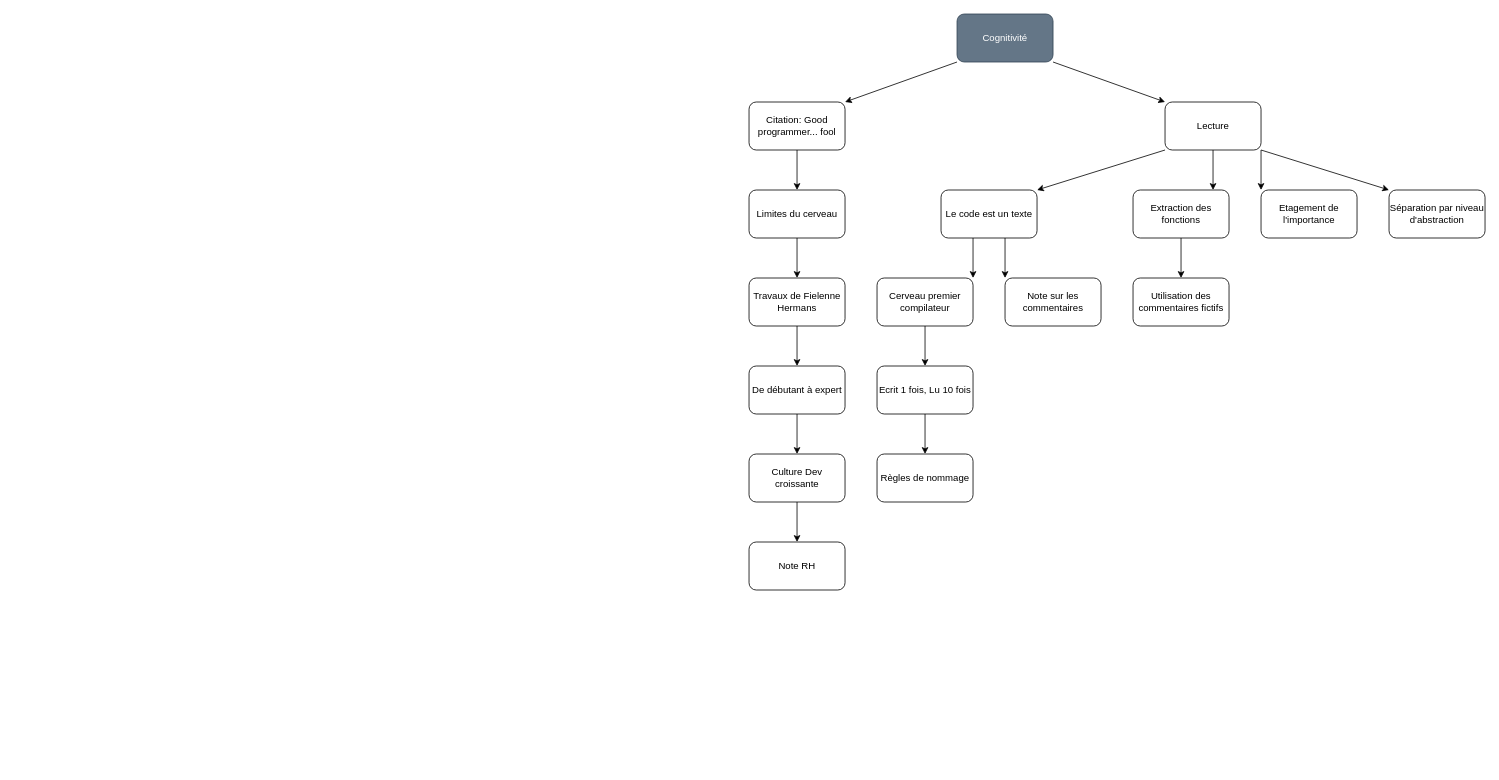
This is page "Cognitivé" (2 of 7) of drawio/tracks.drawio from Envol2023/refactoring, a draw.io file, before an edit. Source tidied: cells renumbered, new cells numbered last; positions are measured from the earlier drawing's top-left corner, leaving out a move shared by most shapes. Both pictures are drawn from the tidied source at 80%, with x=0, y=0 at pixel (749, 14).
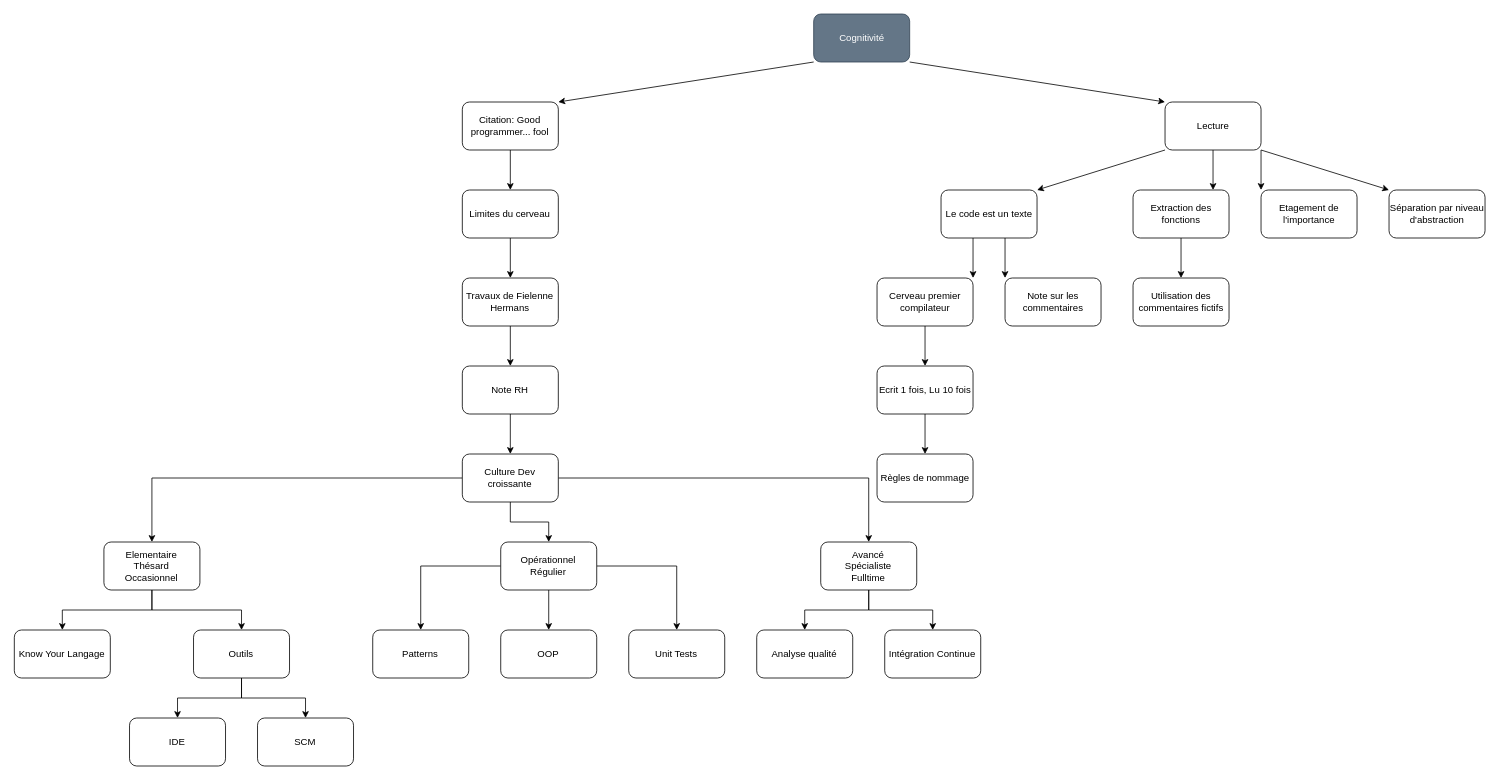
Above is the later version.

The edit, as a diff of the source:
```diff
@@
     <mxCell id="10" value="Citation: Good programmer... fool" style="whiteSpace=wrap;html=1;rounded=1;" parent="1" vertex="1">
-      <mxGeometry x="-0.2" y="110" width="120" height="60" as="geometry" />
+      <mxGeometry x="-358.6" y="110" width="120" height="60" as="geometry" />
     </mxCell>
@@
     <mxCell id="18" value="Cognitivité" style="whiteSpace=wrap;html=1;rounded=1;fillColor=#647687;fontColor=#ffffff;strokeColor=#314354;" parent="1" vertex="1">
-      <mxGeometry x="259.8" width="120" height="60" as="geometry" />
+      <mxGeometry x="80.6" width="120" height="60" as="geometry" />
     </mxCell>
@@
     <mxCell id="20" value="Limites du cerveau" style="whiteSpace=wrap;html=1;rounded=1;" parent="1" vertex="1">
-      <mxGeometry x="-0.2" y="220" width="120" height="60" as="geometry" />
+      <mxGeometry x="-358.6" y="220" width="120" height="60" as="geometry" />
     </mxCell>
@@
-    <mxCell id="28" style="edgeStyle=orthogonalEdgeStyle;rounded=0;jettySize=auto;html=1;" parent="1" edge="1" source="29" target="31">
+    <mxCell id="28" style="edgeStyle=orthogonalEdgeStyle;rounded=0;jettySize=auto;html=1;exitX=0.5;exitY=1;exitDx=0;exitDy=0;" parent="1" edge="1" source="34" target="31">
       <mxGeometry relative="1" as="geometry" />
     </mxCell>
     <mxCell id="29" value="Travaux de Fielenne Hermans" style="whiteSpace=wrap;html=1;rounded=1;" parent="1" vertex="1">
-      <mxGeometry x="-0.2" y="330" width="120" height="60" as="geometry" />
+      <mxGeometry x="-358.6" y="330" width="120" height="60" as="geometry" />
     </mxCell>
@@
+    <mxCell id="35" style="edgeStyle=orthogonalEdgeStyle;rounded=0;jettySize=auto;html=1;" parent="1" edge="1" source="31" target="48">
+      <mxGeometry relative="1" as="geometry" />
+    </mxCell>
+    <mxCell id="36" style="edgeStyle=orthogonalEdgeStyle;rounded=0;jettySize=auto;html=1;" parent="1" edge="1" source="31" target="51">
+      <mxGeometry relative="1" as="geometry" />
+    </mxCell>
-    <mxCell id="31" value="De débutant à expert" style="whiteSpace=wrap;html=1;rounded=1;" parent="1" vertex="1">
-      <mxGeometry x="-0.2" y="440" width="120" height="60" as="geometry" />
+    <mxCell id="31" value="Culture Dev croissante" style="whiteSpace=wrap;html=1;rounded=1;" parent="1" vertex="1">
+      <mxGeometry x="-358.6" y="550" width="120" height="60" as="geometry" />
     </mxCell>
-    <mxCell id="32" style="edgeStyle=orthogonalEdgeStyle;rounded=0;jettySize=auto;html=1;" parent="1" edge="1" source="33" target="34">
+    <mxCell id="32" style="edgeStyle=orthogonalEdgeStyle;rounded=0;jettySize=auto;html=1;" parent="1" edge="1" source="29" target="34">
       <mxGeometry relative="1" as="geometry" />
     </mxCell>
+    <mxCell id="37" style="edgeStyle=orthogonalEdgeStyle;rounded=0;jettySize=auto;html=1;" parent="1" edge="1" source="33" target="41">
+      <mxGeometry relative="1" as="geometry" />
+    </mxCell>
+    <mxCell id="38" style="edgeStyle=orthogonalEdgeStyle;rounded=0;jettySize=auto;html=1;" parent="1" edge="1" source="48" target="42">
+      <mxGeometry relative="1" as="geometry" />
+    </mxCell>
+    <mxCell id="39" style="edgeStyle=orthogonalEdgeStyle;rounded=0;jettySize=auto;html=1;" parent="1" edge="1" source="33" target="45">
+      <mxGeometry relative="1" as="geometry" />
+    </mxCell>
-    <mxCell id="33" value="Culture Dev croissante" style="whiteSpace=wrap;html=1;rounded=1;" parent="1" vertex="1">
-      <mxGeometry x="-0.2" y="550" width="120" height="60" as="geometry" />
+    <mxCell id="33" value="Elementaire&lt;br&gt;Thésard&lt;br&gt;Occasionnel" style="whiteSpace=wrap;html=1;rounded=1;" parent="1" vertex="1">
+      <mxGeometry x="-806.6" y="660" width="120" height="60" as="geometry" />
     </mxCell>
     <mxCell id="34" value="Note RH" style="whiteSpace=wrap;html=1;rounded=1;" parent="1" vertex="1">
-      <mxGeometry x="-0.2" y="660" width="120" height="60" as="geometry" />
+      <mxGeometry x="-358.6" y="440" width="120" height="60" as="geometry" />
     </mxCell>
+    <mxCell id="40" style="edgeStyle=orthogonalEdgeStyle;rounded=0;jettySize=auto;html=1;" parent="1" edge="1" source="48" target="46">
+      <mxGeometry relative="1" as="geometry" />
+    </mxCell>
+    <mxCell id="41" value="Know Your Langage" style="whiteSpace=wrap;html=1;rounded=1;" parent="1" vertex="1">
+      <mxGeometry x="-918.6" y="770" width="120" height="60" as="geometry" />
+    </mxCell>
+    <mxCell id="42" value="Patterns" style="rounded=1;whiteSpace=wrap;html=1;" parent="1" vertex="1">
+      <mxGeometry x="-470.6" y="770" width="120" height="60" as="geometry" />
+    </mxCell>
+    <mxCell id="43" style="edgeStyle=orthogonalEdgeStyle;rounded=0;jettySize=auto;html=1;" parent="1" edge="1" source="45" target="54">
+      <mxGeometry relative="1" as="geometry" />
+    </mxCell>
+    <mxCell id="44" style="edgeStyle=orthogonalEdgeStyle;rounded=0;jettySize=auto;html=1;" parent="1" edge="1" source="45" target="55">
+      <mxGeometry relative="1" as="geometry" />
+    </mxCell>
+    <mxCell id="45" value="Outils" style="rounded=1;whiteSpace=wrap;html=1;" parent="1" vertex="1">
+      <mxGeometry x="-694.6" y="770" width="120" height="60" as="geometry" />
+    </mxCell>
+    <mxCell id="46" value="OOP" style="whiteSpace=wrap;html=1;rounded=1;" parent="1" vertex="1">
+      <mxGeometry x="-310.6" y="770" width="120" height="60" as="geometry" />
+    </mxCell>
+    <mxCell id="47" style="edgeStyle=orthogonalEdgeStyle;rounded=0;jettySize=auto;html=1;" parent="1" edge="1" source="48" target="56">
+      <mxGeometry relative="1" as="geometry" />
+    </mxCell>
+    <mxCell id="48" value="Opérationnel&lt;br&gt;Régulier" style="whiteSpace=wrap;html=1;rounded=1;" parent="1" vertex="1">
+      <mxGeometry x="-310.6" y="660" width="120" height="60" as="geometry" />
+    </mxCell>
+    <mxCell id="49" style="edgeStyle=orthogonalEdgeStyle;rounded=0;jettySize=auto;html=1;" parent="1" edge="1" source="51" target="52">
+      <mxGeometry relative="1" as="geometry" />
+    </mxCell>
+    <mxCell id="50" style="edgeStyle=orthogonalEdgeStyle;rounded=0;jettySize=auto;html=1;" parent="1" edge="1" source="51" target="53">
+      <mxGeometry relative="1" as="geometry" />
+    </mxCell>
+    <mxCell id="51" value="Avancé&lt;br&gt;Spécialiste&lt;br&gt;Fulltime" style="whiteSpace=wrap;html=1;rounded=1;" parent="1" vertex="1">
+      <mxGeometry x="89.4" y="660" width="120" height="60" as="geometry" />
+    </mxCell>
+    <mxCell id="52" value="Analyse qualité" style="whiteSpace=wrap;html=1;rounded=1;" parent="1" vertex="1">
+      <mxGeometry x="9.4" y="770" width="120" height="60" as="geometry" />
+    </mxCell>
+    <mxCell id="53" value="Intégration Continue" style="whiteSpace=wrap;html=1;rounded=1;" parent="1" vertex="1">
+      <mxGeometry x="169.4" y="770" width="120" height="60" as="geometry" />
+    </mxCell>
+    <mxCell id="54" value="IDE" style="rounded=1;whiteSpace=wrap;html=1;" parent="1" vertex="1">
+      <mxGeometry x="-774.6" y="880" width="120" height="60" as="geometry" />
+    </mxCell>
+    <mxCell id="55" value="SCM" style="rounded=1;whiteSpace=wrap;html=1;" parent="1" vertex="1">
+      <mxGeometry x="-614.6" y="880" width="120" height="60" as="geometry" />
+    </mxCell>
+    <mxCell id="56" value="Unit Tests" style="whiteSpace=wrap;html=1;rounded=1;" parent="1" vertex="1">
+      <mxGeometry x="-150.6" y="770" width="120" height="60" as="geometry" />
+    </mxCell>
```
